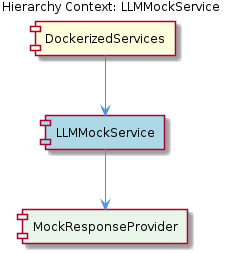
Before: knowledge-management/insights/images/llmmock-service-relationship.png, a diagram exported from PlantUML (fwornle/coding). Its source is kept beside it as .data/knowledge-graph/insights/puml/llmmock-service-relationship.puml.
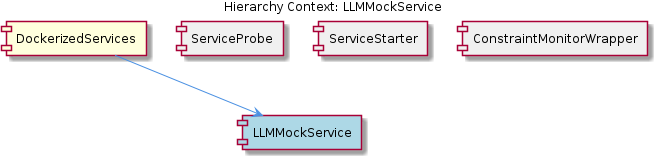
After the commit.

The edit, as a diff of the source:
```diff
@@ -5,9 +5,13 @@
 
 [DockerizedServices] as dockerized_services #FFFFDD
 [LLMMockService] as llmmock_service #LightBlue
-[MockResponseProvider] as mock_response_provider #E8F5E8
+[ServiceProbe] as service_probe #F0F0F0
+[ServiceStarter] as service_starter #F0F0F0
+[ConstraintMonitorWrapper] as constraint_monitor_wrapper #F0F0F0
 
 dockerized_services --> llmmock_service
-llmmock_service --> mock_response_provider
+service_probe -[hidden]- llmmock_service
+service_starter -[hidden]- llmmock_service
+constraint_monitor_wrapper -[hidden]- llmmock_service
 
 @enduml
```
